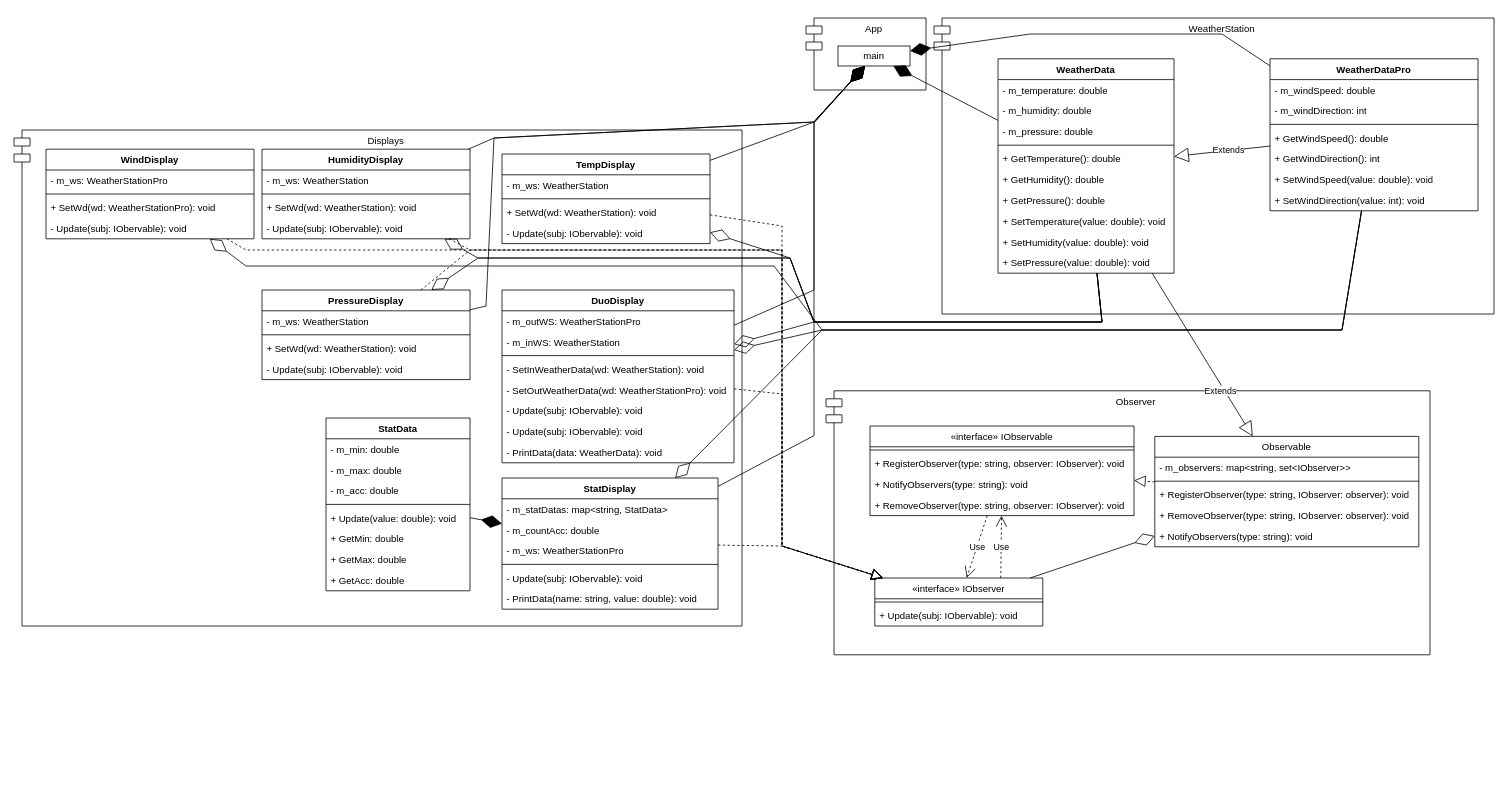
The draw.io diagram lw2/WeatherStationPro.drawio in ProstP/OOD, before the edit. Source tidied: cells renumbered, new cells numbered last; positions are measured from the earlier drawing's top-left corner, leaving out a move shared by most shapes. Both pictures are drawn from the tidied source at 80%, with x=0, y=0 at pixel (14, 18).
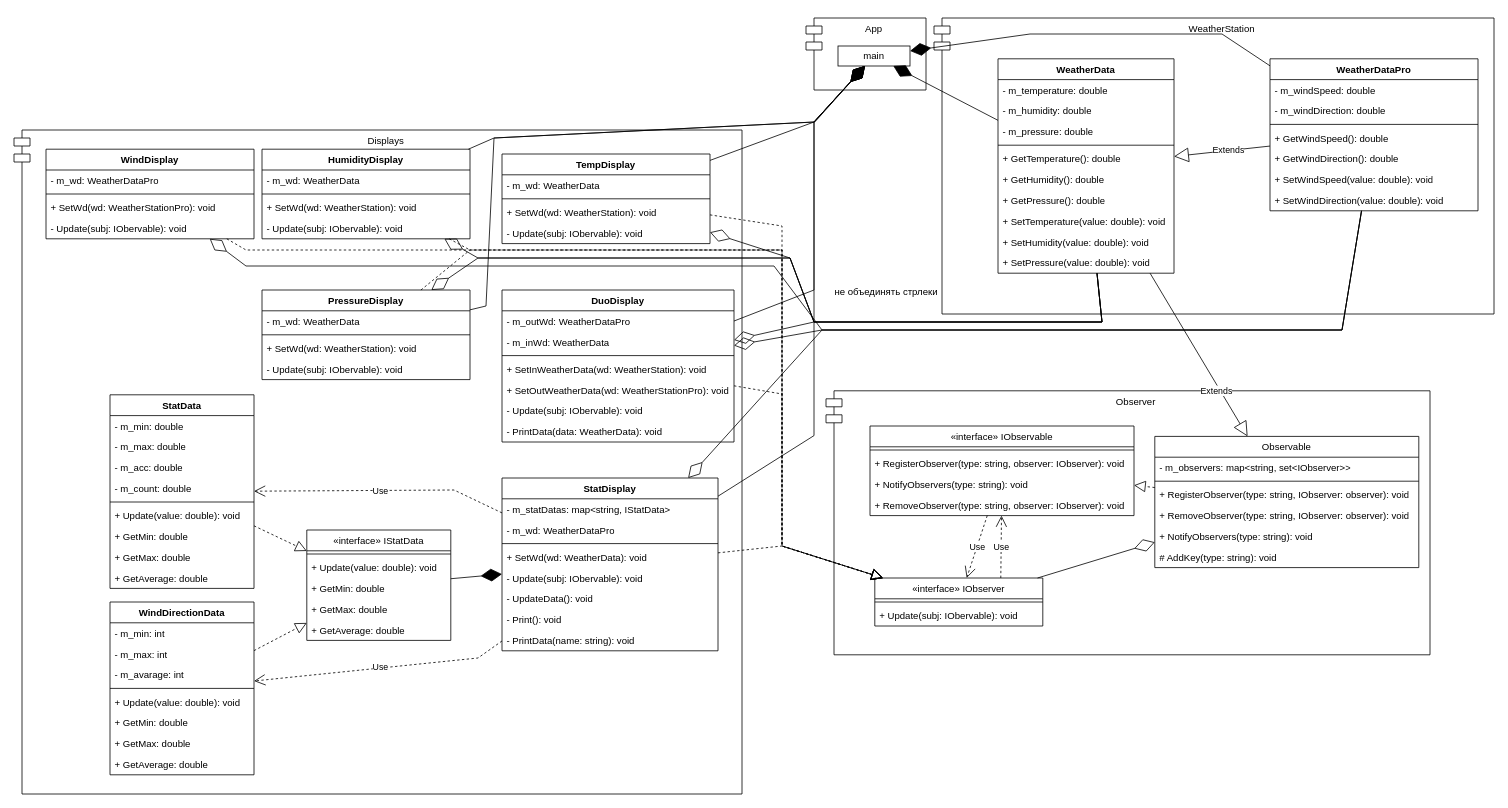
The same diagram, later.

Commit message:
Lw2-5 Замечания в диаграмме

Unchanged cells that the change refers to:
```xml
<mxCell id="50" value="TempDisplay" style="swimlane;fontStyle=1;align=center;verticalAlign=top;horizontal=1;startSize=26;whiteSpace=wrap;html=1;" parent="1" vertex="1">
  <mxGeometry x="610" y="170" width="260" height="112" as="geometry" />
</mxCell>
<mxCell id="78" value="WeatherDataPro" style="swimlane;fontStyle=1;align=center;verticalAlign=top;horizontal=1;startSize=26;whiteSpace=wrap;html=1;" parent="1" vertex="1">
  <mxGeometry x="1570" y="51" width="260" height="190" as="geometry" />
</mxCell>
<mxCell id="88" value="HumidityDisplay" style="swimlane;fontStyle=1;align=center;verticalAlign=top;horizontal=1;startSize=26;whiteSpace=wrap;html=1;" parent="1" vertex="1">
  <mxGeometry x="310" y="164" width="260" height="112" as="geometry" />
</mxCell>
<mxCell id="93" value="PressureDisplay" style="swimlane;fontStyle=1;align=center;verticalAlign=top;horizontal=1;startSize=26;whiteSpace=wrap;html=1;" parent="1" vertex="1">
  <mxGeometry x="310" y="340" width="260" height="112" as="geometry" />
</mxCell>
<mxCell id="105" value="WindDisplay" style="swimlane;fontStyle=1;align=center;verticalAlign=top;horizontal=1;startSize=26;whiteSpace=wrap;html=1;" parent="1" vertex="1">
  <mxGeometry x="40" y="164" width="260" height="112" as="geometry" />
</mxCell>
```

Change to the diagram source:
```diff
@@
     <mxCell id="26" value="&lt;span style=&quot;font-weight: normal;&quot;&gt;Observable&lt;/span&gt;" style="swimlane;fontStyle=1;align=center;verticalAlign=top;horizontal=1;startSize=26;whiteSpace=wrap;html=1;" parent="1" vertex="1">
-      <mxGeometry x="1426" y="523" width="330" height="138" as="geometry" />
+      <mxGeometry x="1426" y="523" width="330" height="164" as="geometry" />
     </mxCell>
@@
+    <mxCell id="112" value="# AddKey(type: string): void" style="text;strokeColor=none;fillColor=none;align=left;verticalAlign=top;spacingLeft=4;spacingRight=4;overflow=hidden;whiteSpace=wrap;html=1;" parent="26" vertex="1">
+      <mxGeometry y="138" width="330" height="26" as="geometry" />
+    </mxCell>
@@
     <mxCell id="36" value="Displays" style="shape=module;align=left;spacingLeft=20;align=center;verticalAlign=top;whiteSpace=wrap;html=1;" parent="1" vertex="1">
-      <mxGeometry y="140" width="910" height="620" as="geometry" />
+      <mxGeometry y="140" width="910" height="830" as="geometry" />
     </mxCell>
     <mxCell id="37" value="DuoDisplay" style="swimlane;fontStyle=1;align=center;verticalAlign=top;horizontal=1;startSize=26;whiteSpace=wrap;html=1;" parent="1" vertex="1">
-      <mxGeometry x="610" y="340" width="290" height="216" as="geometry" />
+      <mxGeometry x="610" y="340" width="290" height="190" as="geometry" />
     </mxCell>
-    <mxCell id="38" value="- m_outWS: WeatherStationPro" style="text;strokeColor=none;fillColor=none;align=left;verticalAlign=top;spacingLeft=4;spacingRight=4;overflow=hidden;whiteSpace=wrap;html=1;" parent="37" vertex="1">
+    <mxCell id="38" value="- m_outWd: WeatherDataPro" style="text;strokeColor=none;fillColor=none;align=left;verticalAlign=top;spacingLeft=4;spacingRight=4;overflow=hidden;whiteSpace=wrap;html=1;" parent="37" vertex="1">
       <mxGeometry y="26" width="290" height="26" as="geometry" />
     </mxCell>
-    <mxCell id="39" value="- m_inWS: WeatherStation" style="text;strokeColor=none;fillColor=none;align=left;verticalAlign=top;spacingLeft=4;spacingRight=4;overflow=hidden;whiteSpace=wrap;html=1;" parent="37" vertex="1">
+    <mxCell id="39" value="- m_inWd: WeatherData" style="text;strokeColor=none;fillColor=none;align=left;verticalAlign=top;spacingLeft=4;spacingRight=4;overflow=hidden;whiteSpace=wrap;html=1;" parent="37" vertex="1">
       <mxGeometry y="52" width="290" height="26" as="geometry" />
     </mxCell>
@@
-    <mxCell id="41" value="- SetInWeatherData(wd: WeatherStation): void" style="text;strokeColor=none;fillColor=none;align=left;verticalAlign=top;spacingLeft=4;spacingRight=4;overflow=hidden;whiteSpace=wrap;html=1;" parent="37" vertex="1">
+    <mxCell id="41" value="+ SetInWeatherData(wd: WeatherStation): void" style="text;strokeColor=none;fillColor=none;align=left;verticalAlign=top;spacingLeft=4;spacingRight=4;overflow=hidden;whiteSpace=wrap;html=1;" parent="37" vertex="1">
       <mxGeometry y="86" width="290" height="26" as="geometry" />
     </mxCell>
-    <mxCell id="42" value="- SetOutWeatherData(wd: WeatherStationPro): void" style="text;strokeColor=none;fillColor=none;align=left;verticalAlign=top;spacingLeft=4;spacingRight=4;overflow=hidden;whiteSpace=wrap;html=1;" parent="37" vertex="1">
+    <mxCell id="42" value="+ SetOutWeatherData(wd: WeatherStationPro): void" style="text;strokeColor=none;fillColor=none;align=left;verticalAlign=top;spacingLeft=4;spacingRight=4;overflow=hidden;whiteSpace=wrap;html=1;" parent="37" vertex="1">
       <mxGeometry y="112" width="290" height="26" as="geometry" />
     </mxCell>
@@
-    <mxCell id="44" value="- Update(subj: IObervable): void" style="text;strokeColor=none;fillColor=none;align=left;verticalAlign=top;spacingLeft=4;spacingRight=4;overflow=hidden;whiteSpace=wrap;html=1;" parent="37" vertex="1">
-      <mxGeometry y="164" width="290" height="26" as="geometry" />
-    </mxCell>
     <mxCell id="45" value="- PrintData(data: WeatherData): void" style="text;strokeColor=none;fillColor=none;align=left;verticalAlign=top;spacingLeft=4;spacingRight=4;overflow=hidden;whiteSpace=wrap;html=1;" parent="37" vertex="1">
-      <mxGeometry y="190" width="290" height="26" as="geometry" />
+      <mxGeometry y="164" width="290" height="26" as="geometry" />
     </mxCell>
@@
-    <mxCell id="51" value="- m_ws: WeatherStation" style="text;strokeColor=none;fillColor=none;align=left;verticalAlign=top;spacingLeft=4;spacingRight=4;overflow=hidden;whiteSpace=wrap;html=1;" parent="50" vertex="1">
+    <mxCell id="51" value="- m_wd: WeatherData" style="text;strokeColor=none;fillColor=none;align=left;verticalAlign=top;spacingLeft=4;spacingRight=4;overflow=hidden;whiteSpace=wrap;html=1;" parent="50" vertex="1">
       <mxGeometry y="26" width="260" height="26" as="geometry" />
     </mxCell>
@@
     <mxCell id="55" value="StatDisplay" style="swimlane;fontStyle=1;align=center;verticalAlign=top;horizontal=1;startSize=26;whiteSpace=wrap;html=1;" parent="1" vertex="1">
-      <mxGeometry x="610" y="575" width="270" height="164" as="geometry" />
+      <mxGeometry x="610" y="575" width="270" height="216" as="geometry" />
     </mxCell>
-    <mxCell id="56" value="- m_statDatas: map&amp;lt;string, StatData&amp;gt;" style="text;strokeColor=none;fillColor=none;align=left;verticalAlign=top;spacingLeft=4;spacingRight=4;overflow=hidden;whiteSpace=wrap;html=1;" parent="55" vertex="1">
+    <mxCell id="56" value="- m_statDatas: map&amp;lt;string, IStatData&amp;gt;" style="text;strokeColor=none;fillColor=none;align=left;verticalAlign=top;spacingLeft=4;spacingRight=4;overflow=hidden;whiteSpace=wrap;html=1;" parent="55" vertex="1">
       <mxGeometry y="26" width="270" height="26" as="geometry" />
     </mxCell>
-    <mxCell id="57" value="- m_countAcc: double" style="text;strokeColor=none;fillColor=none;align=left;verticalAlign=top;spacingLeft=4;spacingRight=4;overflow=hidden;whiteSpace=wrap;html=1;" parent="55" vertex="1">
-      <mxGeometry y="52" width="270" height="26" as="geometry" />
-    </mxCell>
-    <mxCell id="58" value="- m_ws: WeatherStationPro" style="text;strokeColor=none;fillColor=none;align=left;verticalAlign=top;spacingLeft=4;spacingRight=4;overflow=hidden;whiteSpace=wrap;html=1;" parent="55" vertex="1">
-      <mxGeometry y="78" width="270" height="26" as="geometry" />
+    <mxCell id="58" value="- m_wd: WeatherDataPro" style="text;strokeColor=none;fillColor=none;align=left;verticalAlign=top;spacingLeft=4;spacingRight=4;overflow=hidden;whiteSpace=wrap;html=1;" parent="55" vertex="1">
+      <mxGeometry y="52" width="270" height="26" as="geometry" />
     </mxCell>
     <mxCell id="59" style="line;strokeWidth=1;fillColor=none;align=left;verticalAlign=middle;spacingTop=-1;spacingLeft=3;spacingRight=3;labelPosition=right;strokeColor=inherit;" parent="55" vertex="1">
-      <mxGeometry y="104" width="270" height="8" as="geometry" />
+      <mxGeometry y="78" width="270" height="8" as="geometry" />
     </mxCell>
+    <mxCell id="113" value="+ SetWd(wd: WeatherData): void" style="text;strokeColor=none;fillColor=none;align=left;verticalAlign=top;spacingLeft=4;spacingRight=4;overflow=hidden;whiteSpace=wrap;html=1;" parent="55" vertex="1">
+      <mxGeometry y="86" width="270" height="26" as="geometry" />
+    </mxCell>
@@
+    <mxCell id="114" value="- UpdateData(): void" style="text;strokeColor=none;fillColor=none;align=left;verticalAlign=top;spacingLeft=4;spacingRight=4;overflow=hidden;whiteSpace=wrap;html=1;" parent="55" vertex="1">
+      <mxGeometry y="138" width="270" height="26" as="geometry" />
+    </mxCell>
+    <mxCell id="115" value="- Print(): void" style="text;strokeColor=none;fillColor=none;align=left;verticalAlign=top;spacingLeft=4;spacingRight=4;overflow=hidden;whiteSpace=wrap;html=1;" parent="55" vertex="1">
+      <mxGeometry y="164" width="270" height="26" as="geometry" />
+    </mxCell>
-    <mxCell id="61" value="- PrintData(name: string, value: double): void" style="text;strokeColor=none;fillColor=none;align=left;verticalAlign=top;spacingLeft=4;spacingRight=4;overflow=hidden;whiteSpace=wrap;html=1;" parent="55" vertex="1">
-      <mxGeometry y="138" width="270" height="26" as="geometry" />
+    <mxCell id="61" value="- PrintData(name: string): void" style="text;strokeColor=none;fillColor=none;align=left;verticalAlign=top;spacingLeft=4;spacingRight=4;overflow=hidden;whiteSpace=wrap;html=1;" parent="55" vertex="1">
+      <mxGeometry y="190" width="270" height="26" as="geometry" />
     </mxCell>
     <mxCell id="62" value="StatData" style="swimlane;fontStyle=1;align=center;verticalAlign=top;horizontal=1;startSize=26;whiteSpace=wrap;html=1;" parent="1" vertex="1">
-      <mxGeometry x="390" y="500" width="180" height="216" as="geometry" />
+      <mxGeometry x="120" y="471" width="180" height="242" as="geometry" />
     </mxCell>
@@
+    <mxCell id="116" value="- m_count: double" style="text;strokeColor=none;fillColor=none;align=left;verticalAlign=top;spacingLeft=4;spacingRight=4;overflow=hidden;whiteSpace=wrap;html=1;" parent="62" vertex="1">
+      <mxGeometry y="104" width="180" height="26" as="geometry" />
+    </mxCell>
     <mxCell id="66" style="line;strokeWidth=1;fillColor=none;align=left;verticalAlign=middle;spacingTop=-1;spacingLeft=3;spacingRight=3;labelPosition=right;strokeColor=inherit;" parent="62" vertex="1">
-      <mxGeometry y="104" width="180" height="8" as="geometry" />
+      <mxGeometry y="130" width="180" height="8" as="geometry" />
     </mxCell>
     <mxCell id="67" value="+ Update(value: double): void" style="text;strokeColor=none;fillColor=none;align=left;verticalAlign=top;spacingLeft=4;spacingRight=4;overflow=hidden;whiteSpace=wrap;html=1;" parent="62" vertex="1">
-      <mxGeometry y="112" width="180" height="26" as="geometry" />
+      <mxGeometry y="138" width="180" height="26" as="geometry" />
     </mxCell>
     <mxCell id="68" value="+ GetMin: double" style="text;strokeColor=none;fillColor=none;align=left;verticalAlign=top;spacingLeft=4;spacingRight=4;overflow=hidden;whiteSpace=wrap;html=1;" parent="62" vertex="1">
-      <mxGeometry y="138" width="180" height="26" as="geometry" />
+      <mxGeometry y="164" width="180" height="26" as="geometry" />
     </mxCell>
     <mxCell id="69" value="+ GetMax: double" style="text;strokeColor=none;fillColor=none;align=left;verticalAlign=top;spacingLeft=4;spacingRight=4;overflow=hidden;whiteSpace=wrap;html=1;" parent="62" vertex="1">
-      <mxGeometry y="164" width="180" height="26" as="geometry" />
+      <mxGeometry y="190" width="180" height="26" as="geometry" />
     </mxCell>
-    <mxCell id="70" value="+ GetAcc: double" style="text;strokeColor=none;fillColor=none;align=left;verticalAlign=top;spacingLeft=4;spacingRight=4;overflow=hidden;whiteSpace=wrap;html=1;" parent="62" vertex="1">
-      <mxGeometry y="190" width="180" height="26" as="geometry" />
+    <mxCell id="70" value="+ GetAverage: double" style="text;strokeColor=none;fillColor=none;align=left;verticalAlign=top;spacingLeft=4;spacingRight=4;overflow=hidden;whiteSpace=wrap;html=1;" parent="62" vertex="1">
+      <mxGeometry y="216" width="180" height="26" as="geometry" />
     </mxCell>
-    <mxCell id="71" style="endArrow=diamondThin;endFill=1;endSize=24;html=1;rounded=0;" parent="1" edge="1" source="62" target="55">
-      <mxGeometry relative="1" as="geometry" />
-    </mxCell>
@@
-    <mxCell id="80" value="- m_windDirection: int" style="text;strokeColor=none;fillColor=none;align=left;verticalAlign=top;spacingLeft=4;spacingRight=4;overflow=hidden;whiteSpace=wrap;html=1;" parent="78" vertex="1">
+    <mxCell id="80" value="- m_windDirection: double" style="text;strokeColor=none;fillColor=none;align=left;verticalAlign=top;spacingLeft=4;spacingRight=4;overflow=hidden;whiteSpace=wrap;html=1;" parent="78" vertex="1">
       <mxGeometry y="52" width="260" height="26" as="geometry" />
     </mxCell>
@@
-    <mxCell id="83" value="+ GetWindDirection(): int" style="text;strokeColor=none;fillColor=none;align=left;verticalAlign=top;spacingLeft=4;spacingRight=4;overflow=hidden;whiteSpace=wrap;html=1;" parent="78" vertex="1">
+    <mxCell id="83" value="+ GetWindDirection(): double" style="text;strokeColor=none;fillColor=none;align=left;verticalAlign=top;spacingLeft=4;spacingRight=4;overflow=hidden;whiteSpace=wrap;html=1;" parent="78" vertex="1">
       <mxGeometry y="112" width="260" height="26" as="geometry" />
     </mxCell>
@@
-    <mxCell id="85" value="+ SetWindDirection(value: int): void" style="text;strokeColor=none;fillColor=none;align=left;verticalAlign=top;spacingLeft=4;spacingRight=4;overflow=hidden;whiteSpace=wrap;html=1;" parent="78" vertex="1">
+    <mxCell id="85" value="+ SetWindDirection(value: double): void" style="text;strokeColor=none;fillColor=none;align=left;verticalAlign=top;spacingLeft=4;spacingRight=4;overflow=hidden;whiteSpace=wrap;html=1;" parent="78" vertex="1">
       <mxGeometry y="164" width="260" height="26" as="geometry" />
     </mxCell>
@@
-    <mxCell id="89" value="- m_ws: WeatherStation" style="text;strokeColor=none;fillColor=none;align=left;verticalAlign=top;spacingLeft=4;spacingRight=4;overflow=hidden;whiteSpace=wrap;html=1;" parent="88" vertex="1">
+    <mxCell id="89" value="- m_wd: WeatherData" style="text;strokeColor=none;fillColor=none;align=left;verticalAlign=top;spacingLeft=4;spacingRight=4;overflow=hidden;whiteSpace=wrap;html=1;" parent="88" vertex="1">
       <mxGeometry y="26" width="260" height="26" as="geometry" />
     </mxCell>
@@
-    <mxCell id="94" value="- m_ws: WeatherStation" style="text;strokeColor=none;fillColor=none;align=left;verticalAlign=top;spacingLeft=4;spacingRight=4;overflow=hidden;whiteSpace=wrap;html=1;" parent="93" vertex="1">
+    <mxCell id="94" value="- m_wd: WeatherData" style="text;strokeColor=none;fillColor=none;align=left;verticalAlign=top;spacingLeft=4;spacingRight=4;overflow=hidden;whiteSpace=wrap;html=1;" parent="93" vertex="1">
       <mxGeometry y="26" width="260" height="26" as="geometry" />
     </mxCell>
@@
-    <mxCell id="106" value="- m_ws: WeatherStationPro" style="text;strokeColor=none;fillColor=none;align=left;verticalAlign=top;spacingLeft=4;spacingRight=4;overflow=hidden;whiteSpace=wrap;html=1;" parent="105" vertex="1">
+    <mxCell id="106" value="- m_wd: WeatherDataPro" style="text;strokeColor=none;fillColor=none;align=left;verticalAlign=top;spacingLeft=4;spacingRight=4;overflow=hidden;whiteSpace=wrap;html=1;" parent="105" vertex="1">
       <mxGeometry y="26" width="260" height="26" as="geometry" />
     </mxCell>
@@
+    <mxCell id="117" value="Use" style="endArrow=open;endSize=12;dashed=1;html=1;rounded=0;" parent="1" edge="1" source="55" target="62">
+      <mxGeometry relative="1" as="geometry">
+        <Array as="points">
+          <mxPoint x="550" y="590" />
+        </Array>
+      </mxGeometry>
+    </mxCell>
+    <mxCell id="118" value="WindDirectionData" style="swimlane;fontStyle=1;align=center;verticalAlign=top;horizontal=1;startSize=26;whiteSpace=wrap;html=1;" parent="1" vertex="1">
+      <mxGeometry x="120" y="730" width="180" height="216" as="geometry" />
+    </mxCell>
+    <mxCell id="119" value="- m_min: int" style="text;strokeColor=none;fillColor=none;align=left;verticalAlign=top;spacingLeft=4;spacingRight=4;overflow=hidden;whiteSpace=wrap;html=1;" parent="118" vertex="1">
+      <mxGeometry y="26" width="180" height="26" as="geometry" />
+    </mxCell>
+    <mxCell id="120" value="- m_max: int" style="text;strokeColor=none;fillColor=none;align=left;verticalAlign=top;spacingLeft=4;spacingRight=4;overflow=hidden;whiteSpace=wrap;html=1;" parent="118" vertex="1">
+      <mxGeometry y="52" width="180" height="26" as="geometry" />
+    </mxCell>
+    <mxCell id="121" value="- m_avarage: int" style="text;strokeColor=none;fillColor=none;align=left;verticalAlign=top;spacingLeft=4;spacingRight=4;overflow=hidden;whiteSpace=wrap;html=1;" parent="118" vertex="1">
+      <mxGeometry y="78" width="180" height="26" as="geometry" />
+    </mxCell>
+    <mxCell id="122" style="line;strokeWidth=1;fillColor=none;align=left;verticalAlign=middle;spacingTop=-1;spacingLeft=3;spacingRight=3;labelPosition=right;strokeColor=inherit;" parent="118" vertex="1">
+      <mxGeometry y="104" width="180" height="8" as="geometry" />
+    </mxCell>
+    <mxCell id="123" value="+ Update(value: double): void" style="text;strokeColor=none;fillColor=none;align=left;verticalAlign=top;spacingLeft=4;spacingRight=4;overflow=hidden;whiteSpace=wrap;html=1;" parent="118" vertex="1">
+      <mxGeometry y="112" width="180" height="26" as="geometry" />
+    </mxCell>
+    <mxCell id="124" value="+ GetMin: double" style="text;strokeColor=none;fillColor=none;align=left;verticalAlign=top;spacingLeft=4;spacingRight=4;overflow=hidden;whiteSpace=wrap;html=1;" parent="118" vertex="1">
+      <mxGeometry y="138" width="180" height="26" as="geometry" />
+    </mxCell>
+    <mxCell id="125" value="+ GetMax: double" style="text;strokeColor=none;fillColor=none;align=left;verticalAlign=top;spacingLeft=4;spacingRight=4;overflow=hidden;whiteSpace=wrap;html=1;" parent="118" vertex="1">
+      <mxGeometry y="164" width="180" height="26" as="geometry" />
+    </mxCell>
+    <mxCell id="126" value="+ GetAverage: double" style="text;strokeColor=none;fillColor=none;align=left;verticalAlign=top;spacingLeft=4;spacingRight=4;overflow=hidden;whiteSpace=wrap;html=1;" parent="118" vertex="1">
+      <mxGeometry y="190" width="180" height="26" as="geometry" />
+    </mxCell>
+    <mxCell id="127" value="Use" style="endArrow=open;endSize=12;dashed=1;html=1;rounded=0;" parent="1" edge="1" source="55" target="118">
+      <mxGeometry relative="1" as="geometry">
+        <Array as="points">
+          <mxPoint x="580" y="800" />
+        </Array>
+      </mxGeometry>
+    </mxCell>
+    <mxCell id="128" value="&lt;span style=&quot;font-weight: 400;&quot;&gt;«interface» IStatData&lt;/span&gt;" style="swimlane;fontStyle=1;align=center;verticalAlign=top;horizontal=1;startSize=26;whiteSpace=wrap;html=1;" parent="1" vertex="1">
+      <mxGeometry x="366" y="640" width="180" height="138" as="geometry" />
+    </mxCell>
+    <mxCell id="129" style="line;strokeWidth=1;fillColor=none;align=left;verticalAlign=middle;spacingTop=-1;spacingLeft=3;spacingRight=3;labelPosition=right;strokeColor=inherit;" parent="128" vertex="1">
+      <mxGeometry y="26" width="180" height="8" as="geometry" />
+    </mxCell>
+    <mxCell id="130" value="+ Update(value: double): void" style="text;strokeColor=none;fillColor=none;align=left;verticalAlign=top;spacingLeft=4;spacingRight=4;overflow=hidden;whiteSpace=wrap;html=1;" parent="128" vertex="1">
+      <mxGeometry y="34" width="180" height="26" as="geometry" />
+    </mxCell>
+    <mxCell id="131" value="+ GetMin: double" style="text;strokeColor=none;fillColor=none;align=left;verticalAlign=top;spacingLeft=4;spacingRight=4;overflow=hidden;whiteSpace=wrap;html=1;" parent="128" vertex="1">
+      <mxGeometry y="60" width="180" height="26" as="geometry" />
+    </mxCell>
+    <mxCell id="132" value="+ GetMax: double" style="text;strokeColor=none;fillColor=none;align=left;verticalAlign=top;spacingLeft=4;spacingRight=4;overflow=hidden;whiteSpace=wrap;html=1;" parent="128" vertex="1">
+      <mxGeometry y="86" width="180" height="26" as="geometry" />
+    </mxCell>
+    <mxCell id="133" value="+ GetAverage: double" style="text;strokeColor=none;fillColor=none;align=left;verticalAlign=top;spacingLeft=4;spacingRight=4;overflow=hidden;whiteSpace=wrap;html=1;" parent="128" vertex="1">
+      <mxGeometry y="112" width="180" height="26" as="geometry" />
+    </mxCell>
+    <mxCell id="134" style="endArrow=diamondThin;endFill=1;endSize=24;html=1;rounded=0;" parent="1" edge="1" source="128" target="55">
+      <mxGeometry relative="1" as="geometry" />
+    </mxCell>
+    <mxCell id="135" style="endArrow=block;dashed=1;endFill=0;endSize=12;html=1;rounded=0;" parent="1" edge="1" source="62" target="128">
+      <mxGeometry relative="1" as="geometry" />
+    </mxCell>
+    <mxCell id="136" style="endArrow=block;dashed=1;endFill=0;endSize=12;html=1;rounded=0;" parent="1" edge="1" source="118" target="128">
+      <mxGeometry relative="1" as="geometry" />
+    </mxCell>
+    <mxCell id="137" value="не объединять стрлеки" style="text;html=1;align=center;verticalAlign=middle;strokeColor=none;fillColor=none;" parent="1" vertex="1">
+      <mxGeometry x="1015" y="328" width="150" height="30" as="geometry" />
+    </mxCell>
```
